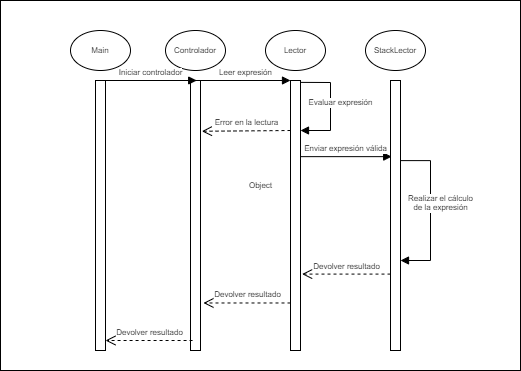
angelargd8/Proyecto-1-Estuctura keeps this draw.io diagram as Fase 1/Diagrama de secuencia - Proyecto 01.drawio.png. Above is the earlier version. Source tidied: cells renumbered, new cells last; positions are measured from the earlier drawing's top-left corner, leaving out a move shared by most shapes. The source it was exported from:
```xml
<mxGraphModel>
  <root>
    <mxCell id="0" />
    <mxCell id="1" parent="0" />
    <mxCell id="2" value="Object" style="html=1;fontSize=8;" parent="1" vertex="1">
      <mxGeometry width="520" height="370" as="geometry" />
    </mxCell>
    <mxCell id="3" style="html=1;points=[];perimeter=orthogonalPerimeter;" parent="1" vertex="1">
      <mxGeometry x="290" y="80" width="10" height="270" as="geometry" />
    </mxCell>
    <mxCell id="4" value="Leer expresión" style="html=1;verticalAlign=bottom;endArrow=block;entryX=0;entryY=0;rounded=0;fontSize=8;" parent="1" edge="1" target="3">
      <mxGeometry relative="1" as="geometry">
        <mxPoint x="200" y="80" as="sourcePoint" />
      </mxGeometry>
    </mxCell>
    <mxCell id="5" value="Error en la lectura" style="html=1;verticalAlign=bottom;endArrow=open;dashed=1;endSize=8;rounded=0;entryX=1.137;entryY=0.188;entryDx=0;entryDy=0;entryPerimeter=0;fontSize=8;" parent="1" edge="1" target="6">
      <mxGeometry relative="1" as="geometry">
        <mxPoint x="290" y="130" as="sourcePoint" />
      </mxGeometry>
    </mxCell>
    <mxCell id="6" style="html=1;points=[];perimeter=orthogonalPerimeter;" parent="1" vertex="1">
      <mxGeometry x="190" y="80" width="10" height="270" as="geometry" />
    </mxCell>
    <mxCell id="7" value="Controlador" style="ellipse;whiteSpace=wrap;html=1;fontSize=8;" parent="1" vertex="1">
      <mxGeometry x="165" y="30" width="60" height="40" as="geometry" />
    </mxCell>
    <mxCell id="8" value="Lector" style="ellipse;whiteSpace=wrap;html=1;fontSize=8;" parent="1" vertex="1">
      <mxGeometry x="265" y="30" width="60" height="40" as="geometry" />
    </mxCell>
    <mxCell id="9" value="Evaluar expresión" style="html=1;verticalAlign=bottom;endArrow=block;rounded=0;fontSize=8;exitX=1.057;exitY=0.007;exitDx=0;exitDy=0;exitPerimeter=0;" parent="1" edge="1" source="3">
      <mxGeometry x="0.07" y="10" relative="1" as="geometry">
        <mxPoint x="300" y="130" as="targetPoint" />
        <Array as="points">
          <mxPoint x="330" y="82" />
          <mxPoint x="330" y="130" />
        </Array>
      </mxGeometry>
    </mxCell>
    <mxCell id="10" style="html=1;points=[];perimeter=orthogonalPerimeter;fontSize=8;" parent="1" vertex="1">
      <mxGeometry x="390" y="80" width="10" height="270" as="geometry" />
    </mxCell>
    <mxCell id="11" value="StackLector" style="ellipse;whiteSpace=wrap;html=1;fontSize=8;" parent="1" vertex="1">
      <mxGeometry x="365" y="30" width="60" height="40" as="geometry" />
    </mxCell>
    <mxCell id="12" value="Enviar expresión válida" style="html=1;verticalAlign=bottom;endArrow=block;rounded=0;fontSize=8;entryX=0.12;entryY=0.282;entryDx=0;entryDy=0;entryPerimeter=0;" parent="1" edge="1" source="3" target="10">
      <mxGeometry relative="1" as="geometry" />
    </mxCell>
    <mxCell id="13" value="Realizar el cálculo &lt;br&gt;de la expresión" style="html=1;verticalAlign=bottom;endArrow=block;rounded=0;fontSize=8;" parent="1" edge="1" source="10" target="10">
      <mxGeometry x="0.06" y="10" relative="1" as="geometry">
        <Array as="points">
          <mxPoint x="430" y="160.1" />
          <mxPoint x="430" y="260" />
        </Array>
      </mxGeometry>
    </mxCell>
    <mxCell id="14" value="Devolver resultado" style="html=1;verticalAlign=bottom;endArrow=open;dashed=1;endSize=8;rounded=0;fontSize=8;entryX=1.16;entryY=0.717;entryDx=0;entryDy=0;entryPerimeter=0;" parent="1" edge="1" source="10" target="3">
      <mxGeometry relative="1" as="geometry" />
    </mxCell>
    <mxCell id="15" value="Devolver resultado" style="html=1;verticalAlign=bottom;endArrow=open;dashed=1;endSize=8;rounded=0;fontSize=8;entryX=1.293;entryY=0.824;entryDx=0;entryDy=0;entryPerimeter=0;" parent="1" edge="1" source="3" target="6">
      <mxGeometry relative="1" as="geometry" />
    </mxCell>
    <mxCell id="16" style="html=1;points=[];perimeter=orthogonalPerimeter;" parent="1" vertex="1">
      <mxGeometry x="95" y="80" width="10" height="270" as="geometry" />
    </mxCell>
    <mxCell id="17" value="Main" style="ellipse;whiteSpace=wrap;html=1;fontSize=8;" parent="1" vertex="1">
      <mxGeometry x="70" y="30" width="60" height="40" as="geometry" />
    </mxCell>
    <mxCell id="18" value="Iniciar controlador" style="html=1;verticalAlign=bottom;endArrow=block;rounded=0;fontSize=8;entryX=0.12;entryY=0.282;entryDx=0;entryDy=0;entryPerimeter=0;" parent="1" edge="1">
      <mxGeometry relative="1" as="geometry">
        <mxPoint x="105" y="80" as="sourcePoint" />
        <mxPoint x="196.2" y="80" as="targetPoint" />
      </mxGeometry>
    </mxCell>
    <mxCell id="19" value="Devolver resultado" style="html=1;verticalAlign=bottom;endArrow=open;dashed=1;endSize=8;rounded=0;fontSize=8;entryX=1.293;entryY=0.824;entryDx=0;entryDy=0;entryPerimeter=0;" parent="1" edge="1">
      <mxGeometry relative="1" as="geometry">
        <mxPoint x="192.1" y="340" as="sourcePoint" />
        <mxPoint x="105" y="340" as="targetPoint" />
      </mxGeometry>
    </mxCell>
  </root>
</mxGraphModel>
```
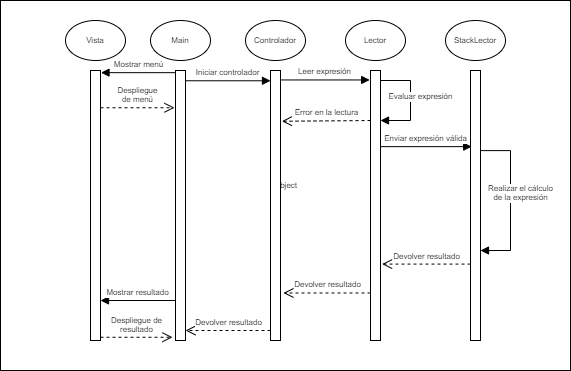
After the change.

What changed in the source:
```diff
@@ -3,15 +3,13 @@
     <mxCell id="0" />
     <mxCell id="1" parent="0" />
     <mxCell id="2" value="Object" style="html=1;fontSize=8;" parent="1" vertex="1">
-      <mxGeometry width="520" height="370" as="geometry" />
+      <mxGeometry x="-80" y="10" width="570" height="370" as="geometry" />
     </mxCell>
     <mxCell id="3" style="html=1;points=[];perimeter=orthogonalPerimeter;" parent="1" vertex="1">
       <mxGeometry x="290" y="80" width="10" height="270" as="geometry" />
     </mxCell>
-    <mxCell id="4" value="Leer expresión" style="html=1;verticalAlign=bottom;endArrow=block;entryX=0;entryY=0;rounded=0;fontSize=8;" parent="1" edge="1" target="3">
-      <mxGeometry relative="1" as="geometry">
-        <mxPoint x="200" y="80" as="sourcePoint" />
-      </mxGeometry>
+    <mxCell id="4" value="Leer expresión" style="html=1;verticalAlign=bottom;endArrow=block;entryX=-0.08;entryY=0.035;rounded=0;fontSize=8;entryDx=0;entryDy=0;entryPerimeter=0;" parent="1" edge="1" source="6" target="3">
+      <mxGeometry relative="1" as="geometry" />
     </mxCell>
     <mxCell id="5" value="Error en la lectura" style="html=1;verticalAlign=bottom;endArrow=open;dashed=1;endSize=8;rounded=0;entryX=1.137;entryY=0.188;entryDx=0;entryDy=0;entryPerimeter=0;fontSize=8;" parent="1" edge="1" target="6">
       <mxGeometry relative="1" as="geometry">
@@ -27,11 +25,11 @@
     <mxCell id="8" value="Lector" style="ellipse;whiteSpace=wrap;html=1;fontSize=8;" parent="1" vertex="1">
       <mxGeometry x="265" y="30" width="60" height="40" as="geometry" />
     </mxCell>
-    <mxCell id="9" value="Evaluar expresión" style="html=1;verticalAlign=bottom;endArrow=block;rounded=0;fontSize=8;exitX=1.057;exitY=0.007;exitDx=0;exitDy=0;exitPerimeter=0;" parent="1" edge="1" source="3">
+    <mxCell id="9" value="Evaluar expresión" style="html=1;verticalAlign=bottom;endArrow=block;rounded=0;fontSize=8;" parent="1" edge="1" source="3">
       <mxGeometry x="0.07" y="10" relative="1" as="geometry">
         <mxPoint x="300" y="130" as="targetPoint" />
         <Array as="points">
-          <mxPoint x="330" y="82" />
+          <mxPoint x="330" y="90" />
           <mxPoint x="330" y="130" />
         </Array>
       </mxGeometry>
@@ -65,17 +63,33 @@
     <mxCell id="17" value="Main" style="ellipse;whiteSpace=wrap;html=1;fontSize=8;" parent="1" vertex="1">
       <mxGeometry x="70" y="30" width="60" height="40" as="geometry" />
     </mxCell>
-    <mxCell id="18" value="Iniciar controlador" style="html=1;verticalAlign=bottom;endArrow=block;rounded=0;fontSize=8;entryX=0.12;entryY=0.282;entryDx=0;entryDy=0;entryPerimeter=0;" parent="1" edge="1">
-      <mxGeometry relative="1" as="geometry">
-        <mxPoint x="105" y="80" as="sourcePoint" />
-        <mxPoint x="196.2" y="80" as="targetPoint" />
-      </mxGeometry>
+    <mxCell id="18" value="Iniciar controlador" style="html=1;verticalAlign=bottom;endArrow=block;rounded=0;fontSize=8;entryX=0;entryY=0.038;entryDx=0;entryDy=0;entryPerimeter=0;" parent="1" edge="1" source="16" target="6">
+      <mxGeometry relative="1" as="geometry" />
     </mxCell>
-    <mxCell id="19" value="Devolver resultado" style="html=1;verticalAlign=bottom;endArrow=open;dashed=1;endSize=8;rounded=0;fontSize=8;entryX=1.293;entryY=0.824;entryDx=0;entryDy=0;entryPerimeter=0;" parent="1" edge="1">
+    <mxCell id="19" value="Devolver resultado" style="html=1;verticalAlign=bottom;endArrow=open;dashed=1;endSize=8;rounded=0;fontSize=8;entryX=1.293;entryY=0.824;entryDx=0;entryDy=0;entryPerimeter=0;" parent="1" edge="1" source="6">
       <mxGeometry relative="1" as="geometry">
-        <mxPoint x="192.1" y="340" as="sourcePoint" />
         <mxPoint x="105" y="340" as="targetPoint" />
       </mxGeometry>
     </mxCell>
+    <mxCell id="20" style="html=1;points=[];perimeter=orthogonalPerimeter;" parent="1" vertex="1">
+      <mxGeometry x="10" y="80" width="10" height="270" as="geometry" />
+    </mxCell>
+    <mxCell id="21" value="Vista" style="ellipse;whiteSpace=wrap;html=1;fontSize=8;" parent="1" vertex="1">
+      <mxGeometry x="-15" y="30" width="60" height="40" as="geometry" />
+    </mxCell>
+    <mxCell id="22" value="Mostrar menú" style="html=1;verticalAlign=bottom;endArrow=block;rounded=0;fontSize=8;entryX=1.05;entryY=0.008;entryDx=0;entryDy=0;entryPerimeter=0;" parent="1" edge="1" source="16" target="20">
+      <mxGeometry relative="1" as="geometry" />
+    </mxCell>
+    <mxCell id="23" value="Despliegue &lt;br&gt;de menú" style="html=1;verticalAlign=bottom;endArrow=open;dashed=1;endSize=8;rounded=0;entryX=-0.1;entryY=0.138;entryDx=0;entryDy=0;entryPerimeter=0;fontSize=8;" parent="1" edge="1" source="20" target="16">
+      <mxGeometry relative="1" as="geometry" />
+    </mxCell>
+    <mxCell id="24" value="Mostrar resultado" style="html=1;verticalAlign=bottom;endArrow=block;rounded=0;fontSize=8;entryX=1.05;entryY=0.008;entryDx=0;entryDy=0;entryPerimeter=0;" parent="1" edge="1" source="16">
+      <mxGeometry relative="1" as="geometry">
+        <mxPoint x="20" y="310" as="targetPoint" />
+      </mxGeometry>
+    </mxCell>
+    <mxCell id="25" value="Despliegue de&lt;br&gt;resultado" style="html=1;verticalAlign=bottom;endArrow=open;dashed=1;endSize=8;rounded=0;entryX=-0.3;entryY=0.988;entryDx=0;entryDy=0;entryPerimeter=0;fontSize=8;" parent="1" edge="1" source="20" target="16">
+      <mxGeometry relative="1" as="geometry" />
+    </mxCell>
   </root>
 </mxGraphModel>
```
